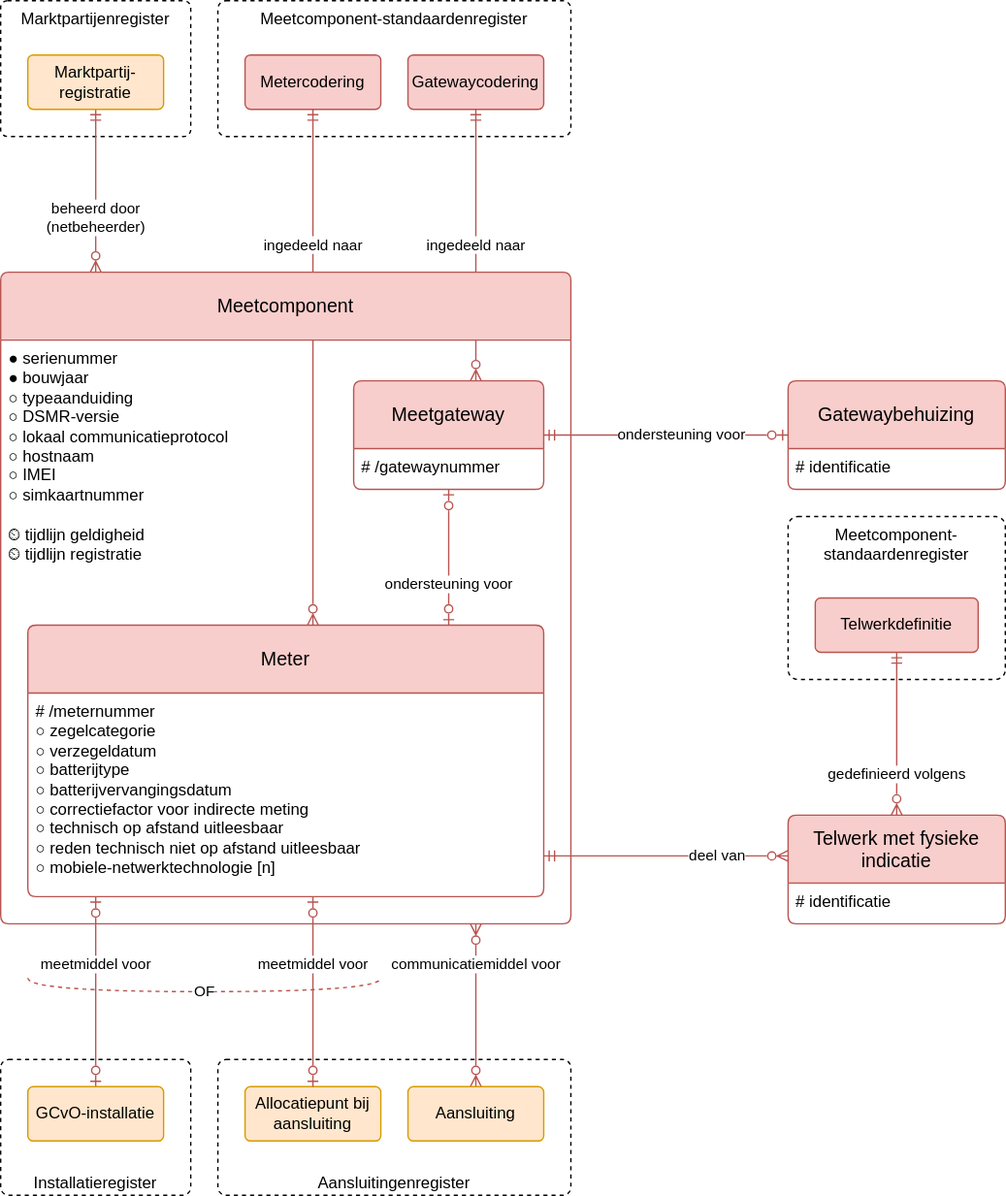
Above: modellen/registers/meetcomponentenregister/1.0.0/model.drawio.svg in sefanja/nbnl-conceptuele-informatiemodellen (draw.io), before the change. Source tidied: cells renumbered, new cells last; positions are measured from the earlier drawing's top-left corner, leaving out a move shared by most shapes.
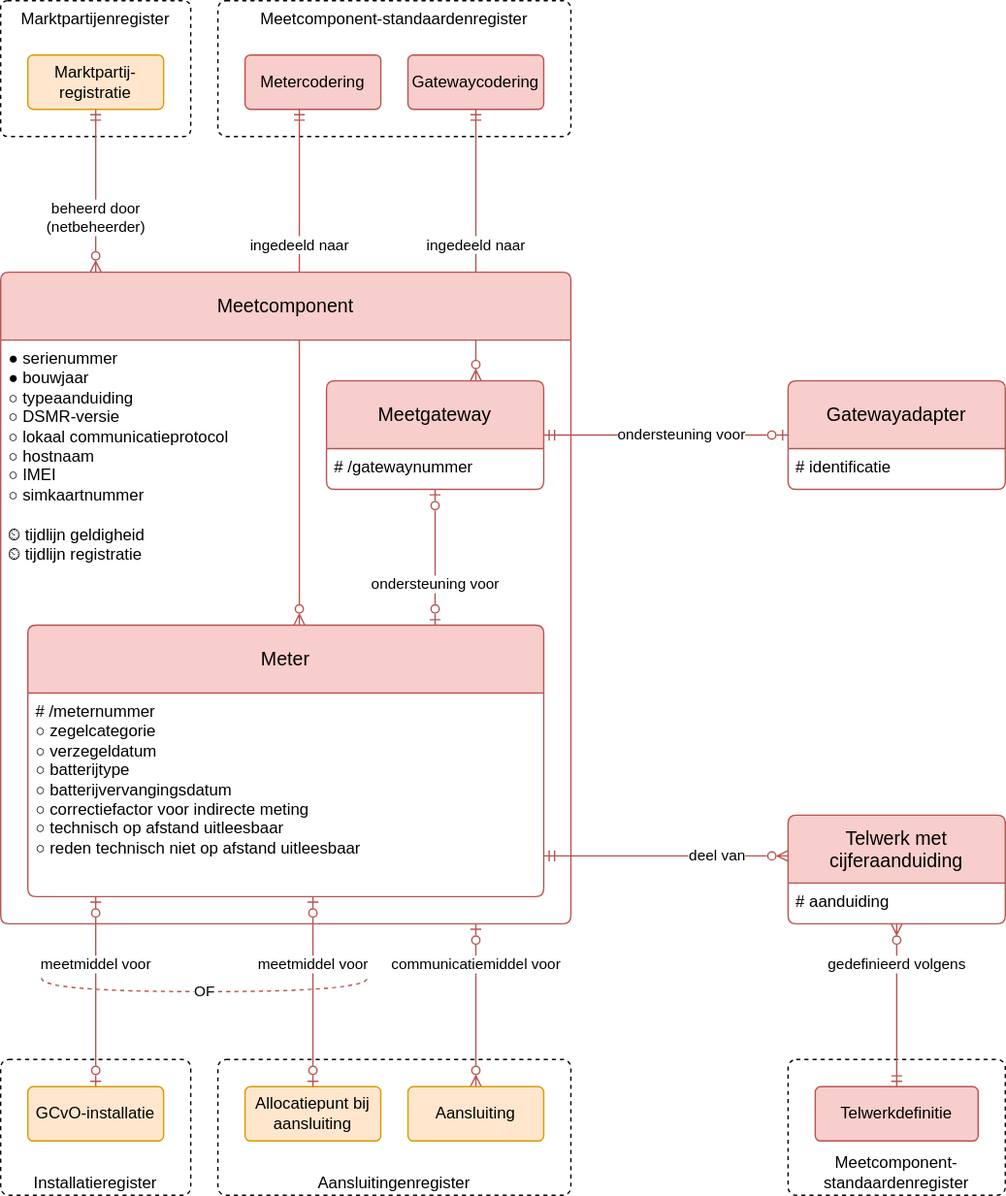
After the change.

Change to the diagram source:
```diff
@@ -2,8 +2,8 @@
   <root>
     <mxCell id="0" />
     <mxCell id="1" parent="0" />
-    <mxCell id="2" value="Meetcomponent-standaardenregister" style="rounded=1;whiteSpace=wrap;html=1;dashed=1;verticalAlign=top;arcSize=6;" parent="1" vertex="1">
-      <mxGeometry x="580" y="380" width="160" height="120" as="geometry" />
+    <mxCell id="2" value="Meetcomponent-standaardenregister" style="rounded=1;whiteSpace=wrap;html=1;dashed=1;verticalAlign=bottom;arcSize=6;" parent="1" vertex="1">
+      <mxGeometry x="580" y="780" width="160" height="100" as="geometry" />
     </mxCell>
     <mxCell id="3" value="Meetcomponent-standaardenregister" style="rounded=1;whiteSpace=wrap;html=1;dashed=1;verticalAlign=top;arcSize=6;" parent="1" vertex="1">
       <mxGeometry x="160" width="260" height="100" as="geometry" />
@@ -15,7 +15,11 @@
       <mxGeometry relative="1" as="geometry" />
     </mxCell>
     <mxCell id="6" value="ingedeeld naar" style="edgeStyle=elbowEdgeStyle;fontSize=11;html=1;endArrow=ERmandOne;startArrow=ERzeroToMany;rounded=0;endFill=0;fontStyle=0;align=center;startFill=0;fillColor=#f8cecc;strokeColor=#b85450;" parent="1" edge="1" source="10" target="26">
-      <mxGeometry x="0.47" relative="1" as="geometry" />
+      <mxGeometry x="0.47" relative="1" as="geometry">
+        <Array as="points">
+          <mxPoint x="220" y="270" />
+        </Array>
+      </mxGeometry>
     </mxCell>
     <mxCell id="7" value="Meetcomponent" style="swimlane;horizontal=1;startSize=50;rounded=1;fontSize=14;fontStyle=0;strokeWidth=1;shadow=0;dashed=0;align=center;fillColor=#f8cecc;strokeColor=#b85450;arcSize=4;whiteSpace=wrap;html=1;" parent="1" vertex="1">
       <mxGeometry y="200" width="420" height="480" as="geometry" />
@@ -29,7 +33,7 @@
     <mxCell id="10" value="Meter" style="swimlane;horizontal=1;startSize=50;rounded=1;fontSize=14;fontStyle=0;strokeWidth=1;shadow=0;dashed=0;align=center;fillColor=#f8cecc;strokeColor=#b85450;arcSize=4;whiteSpace=wrap;html=1;" parent="1" vertex="1">
       <mxGeometry x="20" y="460" width="380" height="200" as="geometry" />
     </mxCell>
-    <mxCell id="11" value="&lt;div&gt;# /meternummer&lt;/div&gt;&lt;div&gt;&lt;div&gt;&lt;span style=&quot;background-color: initial; color: light-dark(rgb(0, 0, 0), rgb(255, 255, 255));&quot;&gt;○ zegelcategorie&lt;/span&gt;&lt;/div&gt;&lt;div&gt;○ verzegeldatum&lt;/div&gt;&lt;/div&gt;&lt;div&gt;&lt;span style=&quot;background-color: transparent; color: light-dark(rgb(0, 0, 0), rgb(255, 255, 255));&quot;&gt;○ batterijtype&lt;/span&gt;&lt;/div&gt;&lt;div&gt;&lt;div&gt;○ batterijvervangingsdatum&lt;/div&gt;&lt;/div&gt;&lt;div&gt;&lt;span style=&quot;background-color: transparent; color: light-dark(rgb(0, 0, 0), rgb(255, 255, 255));&quot;&gt;○&amp;nbsp;&lt;/span&gt;&lt;span style=&quot;background-color: transparent; color: light-dark(rgb(0, 0, 0), rgb(255, 255, 255));&quot;&gt;correctiefactor&amp;nbsp;voor indirecte meting&lt;/span&gt;&lt;/div&gt;&lt;div&gt;&lt;div&gt;&lt;div&gt;&lt;span style=&quot;background-color: transparent; color: light-dark(rgb(0, 0, 0), rgb(255, 255, 255));&quot;&gt;○&lt;/span&gt;&lt;span style=&quot;background-color: initial; color: light-dark(rgb(0, 0, 0), rgb(255, 255, 255));&quot;&gt;&amp;nbsp;&lt;/span&gt;&lt;span style=&quot;background-color: initial; color: light-dark(rgb(0, 0, 0), rgb(255, 255, 255));&quot;&gt;technisch op afstand uitleesbaar&lt;/span&gt;&lt;/div&gt;&lt;div&gt;○&amp;nbsp;reden technisch niet op afstand&amp;nbsp;&lt;span style=&quot;background-color: transparent; color: light-dark(rgb(0, 0, 0), rgb(255, 255, 255));&quot;&gt;uitleesbaar&lt;/span&gt;&lt;/div&gt;&lt;/div&gt;&lt;/div&gt;&lt;div&gt;&lt;div&gt;&lt;span style=&quot;background-color: transparent; color: light-dark(rgb(0, 0, 0), rgb(255, 255, 255));&quot;&gt;○&lt;/span&gt;&amp;nbsp;mobiele-netwerktechnologie [n]&lt;/div&gt;&lt;/div&gt;" style="align=left;strokeColor=none;fillColor=none;spacingLeft=4;fontSize=12;verticalAlign=top;fontStyle=0;html=1;" parent="10" vertex="1">
+    <mxCell id="11" value="&lt;div&gt;# /meternummer&lt;/div&gt;&lt;div&gt;&lt;div&gt;&lt;span style=&quot;background-color: initial; color: light-dark(rgb(0, 0, 0), rgb(255, 255, 255));&quot;&gt;○ zegelcategorie&lt;/span&gt;&lt;/div&gt;&lt;div&gt;○ verzegeldatum&lt;/div&gt;&lt;/div&gt;&lt;div&gt;&lt;span style=&quot;background-color: transparent; color: light-dark(rgb(0, 0, 0), rgb(255, 255, 255));&quot;&gt;○ batterijtype&lt;/span&gt;&lt;/div&gt;&lt;div&gt;&lt;div&gt;○ batterijvervangingsdatum&lt;/div&gt;&lt;/div&gt;&lt;div&gt;&lt;span style=&quot;background-color: transparent; color: light-dark(rgb(0, 0, 0), rgb(255, 255, 255));&quot;&gt;○&amp;nbsp;&lt;/span&gt;&lt;span style=&quot;background-color: transparent; color: light-dark(rgb(0, 0, 0), rgb(255, 255, 255));&quot;&gt;correctiefactor&amp;nbsp;voor indirecte meting&lt;/span&gt;&lt;/div&gt;&lt;div&gt;&lt;div&gt;&lt;div&gt;&lt;span style=&quot;background-color: transparent; color: light-dark(rgb(0, 0, 0), rgb(255, 255, 255));&quot;&gt;○&lt;/span&gt;&lt;span style=&quot;background-color: initial; color: light-dark(rgb(0, 0, 0), rgb(255, 255, 255));&quot;&gt;&amp;nbsp;&lt;/span&gt;&lt;span style=&quot;background-color: initial; color: light-dark(rgb(0, 0, 0), rgb(255, 255, 255));&quot;&gt;technisch op afstand uitleesbaar&lt;/span&gt;&lt;/div&gt;&lt;div&gt;○&amp;nbsp;reden technisch niet op afstand&amp;nbsp;&lt;span style=&quot;background-color: transparent; color: light-dark(rgb(0, 0, 0), rgb(255, 255, 255));&quot;&gt;uitleesbaar&lt;/span&gt;&lt;/div&gt;&lt;/div&gt;&lt;/div&gt;" style="align=left;strokeColor=none;fillColor=none;spacingLeft=4;fontSize=12;verticalAlign=top;fontStyle=0;html=1;" parent="10" vertex="1">
       <mxGeometry y="50" width="380" height="150" as="geometry" />
     </mxCell>
     <mxCell id="12" value="Installatieregister" style="rounded=1;whiteSpace=wrap;html=1;dashed=1;verticalAlign=bottom;arcSize=6;" parent="1" vertex="1">
@@ -58,21 +62,21 @@
     </mxCell>
     <mxCell id="20" value="OF" style="endArrow=none;html=1;rounded=0;edgeStyle=orthogonalEdgeStyle;noJump=0;orthogonalLoop=0;orthogonal=0;strokeColor=#b85450;dashed=1;jumpStyle=arc;jumpSize=12;curved=1;fillColor=#f8cecc;" parent="1" edge="1">
       <mxGeometry relative="1" as="geometry">
-        <mxPoint x="20" y="720" as="sourcePoint" />
-        <mxPoint x="280" y="720" as="targetPoint" />
+        <mxPoint x="30" y="720" as="sourcePoint" />
+        <mxPoint x="270" y="720" as="targetPoint" />
         <Array as="points">
-          <mxPoint x="20" y="730" />
-          <mxPoint x="280" y="730" />
+          <mxPoint x="30" y="730" />
+          <mxPoint x="270" y="730" />
         </Array>
       </mxGeometry>
     </mxCell>
     <mxCell id="21" value="&lt;div&gt;Meetgateway&lt;/div&gt;" style="swimlane;horizontal=1;startSize=50;rounded=1;fontSize=14;fontStyle=0;strokeWidth=1;shadow=0;dashed=0;align=center;fillColor=#f8cecc;strokeColor=#b85450;arcSize=4;whiteSpace=wrap;html=1;" parent="1" vertex="1">
-      <mxGeometry x="260" y="280" width="140" height="80" as="geometry" />
+      <mxGeometry x="240" y="280" width="160" height="80" as="geometry" />
     </mxCell>
     <mxCell id="22" value="# /gatewaynummer" style="align=left;strokeColor=none;fillColor=none;spacingLeft=4;fontSize=12;verticalAlign=top;fontStyle=0;html=1;" parent="21" vertex="1">
-      <mxGeometry y="50" width="140" height="30" as="geometry" />
+      <mxGeometry y="50" width="160" height="30" as="geometry" />
     </mxCell>
-    <mxCell id="23" value="communicatiemiddel voor" style="edgeStyle=elbowEdgeStyle;fontSize=11;html=1;endArrow=ERzeroToMany;startArrow=ERzeroToMany;rounded=0;startFill=0;align=center;endFill=0;jumpStyle=none;fontStyle=0;fillColor=#f8cecc;strokeColor=#b85450;" parent="1" edge="1" source="7" target="24">
+    <mxCell id="23" value="communicatiemiddel voor" style="edgeStyle=elbowEdgeStyle;fontSize=11;html=1;endArrow=ERzeroToMany;startArrow=ERzeroToOne;rounded=0;startFill=0;align=center;endFill=0;jumpStyle=none;fontStyle=0;fillColor=#f8cecc;strokeColor=#b85450;" parent="1" edge="1" source="7" target="24">
       <mxGeometry x="-0.5" relative="1" as="geometry" />
     </mxCell>
     <mxCell id="24" value="Aansluiting" style="rounded=1;arcSize=10;whiteSpace=wrap;html=1;align=center;fillColor=#ffe6cc;strokeColor=#d79b00;" parent="1" vertex="1">
@@ -85,9 +89,9 @@
       <mxGeometry x="180" y="40" width="100" height="40" as="geometry" />
     </mxCell>
     <mxCell id="27" value="Telwerkdefinitie" style="rounded=1;arcSize=10;whiteSpace=wrap;html=1;align=center;fillColor=#f8cecc;verticalAlign=middle;strokeColor=#b85450;" parent="1" vertex="1">
-      <mxGeometry x="600" y="440" width="120" height="40" as="geometry" />
+      <mxGeometry x="600" y="800" width="120" height="40" as="geometry" />
     </mxCell>
-    <mxCell id="28" value="&lt;div&gt;Gatewaybehuizing&lt;/div&gt;" style="swimlane;horizontal=1;startSize=50;rounded=1;fontSize=14;fontStyle=0;strokeWidth=1;shadow=0;dashed=0;align=center;fillColor=#f8cecc;strokeColor=#b85450;arcSize=4;whiteSpace=wrap;html=1;" parent="1" vertex="1">
+    <mxCell id="28" value="&lt;div&gt;Gatewayadapter&lt;/div&gt;" style="swimlane;horizontal=1;startSize=50;rounded=1;fontSize=14;fontStyle=0;strokeWidth=1;shadow=0;dashed=0;align=center;fillColor=#f8cecc;strokeColor=#b85450;arcSize=4;whiteSpace=wrap;html=1;" parent="1" vertex="1">
       <mxGeometry x="580" y="280" width="160" height="80" as="geometry" />
     </mxCell>
     <mxCell id="29" value="# identificatie" style="align=left;strokeColor=none;fillColor=none;spacingLeft=4;fontSize=12;verticalAlign=top;fontStyle=0;html=1;" parent="28" vertex="1">
@@ -99,10 +103,10 @@
     <mxCell id="31" value="ondersteuning voor" style="endArrow=ERzeroToOne;html=1;rounded=0;endFill=0;startArrow=ERzeroToOne;startFill=0;fillColor=#f8cecc;strokeColor=#b85450;edgeStyle=elbowEdgeStyle;align=center;" parent="1" edge="1" source="10" target="21">
       <mxGeometry x="-0.4" relative="1" as="geometry" />
     </mxCell>
-    <mxCell id="32" value="&lt;div&gt;Telwerk met fysieke indicatie&lt;/div&gt;" style="swimlane;horizontal=1;startSize=50;rounded=1;fontSize=14;fontStyle=0;strokeWidth=1;shadow=0;dashed=0;align=center;fillColor=#f8cecc;strokeColor=#b85450;arcSize=4;whiteSpace=wrap;html=1;" parent="1" vertex="1">
+    <mxCell id="32" value="&lt;div&gt;Telwerk met cijferaanduiding&lt;/div&gt;" style="swimlane;horizontal=1;startSize=50;rounded=1;fontSize=14;fontStyle=0;strokeWidth=1;shadow=0;dashed=0;align=center;fillColor=#f8cecc;strokeColor=#b85450;arcSize=4;whiteSpace=wrap;html=1;" parent="1" vertex="1">
       <mxGeometry x="580" y="600" width="160" height="80" as="geometry" />
     </mxCell>
-    <mxCell id="33" value="# identificatie" style="align=left;strokeColor=none;fillColor=none;spacingLeft=4;fontSize=12;verticalAlign=top;fontStyle=0;html=1;" parent="32" vertex="1">
+    <mxCell id="33" value="# aanduiding" style="align=left;strokeColor=none;fillColor=none;spacingLeft=4;fontSize=12;verticalAlign=top;fontStyle=0;html=1;" parent="32" vertex="1">
       <mxGeometry y="50" width="160" height="30" as="geometry" />
     </mxCell>
     <mxCell id="34" value="deel van" style="endArrow=ERmandOne;html=1;rounded=0;startArrow=ERzeroToMany;startFill=0;endFill=0;edgeStyle=elbowEdgeStyle;align=right;fillColor=#f8cecc;strokeColor=#b85450;elbow=vertical;" parent="1" edge="1" source="32" target="10">
```
